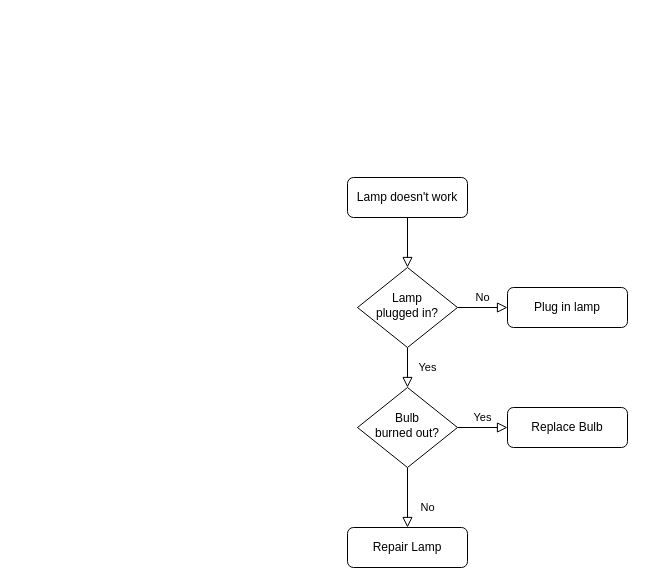
Above: NB_IoT.drawio in K2ayzz/ForDrawIO (draw.io), before the change. Source tidied: cells renumbered, new cells numbered last; positions are measured from the earlier drawing's top-left corner, leaving out a move shared by most shapes. Both pictures are drawn from the tidied source at 100%, with x=0, y=0 at pixel (347, 177).
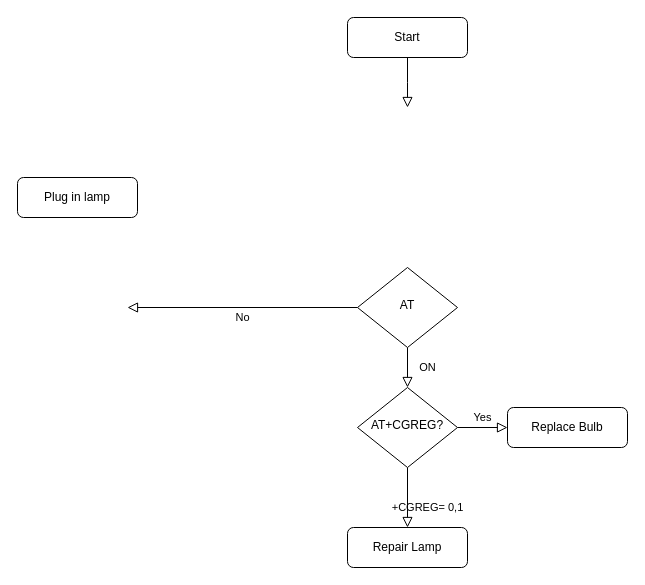
The same page after the edit.

Commit message (it also covers changes not shown here):
Cập nhật NB_IoT.drawio

The edit, as a diff of the source:
```diff
@@
 <mxGraphModel>
   <root>
     <mxCell id="0" />
     <mxCell id="1" parent="0" />
-    <mxCell id="2" style="rounded=0;html=1;jettySize=auto;fontSize=11;endArrow=block;endFill=0;endSize=8;strokeWidth=1;shadow=0;labelBackgroundColor=none;edgeStyle=orthogonalEdgeStyle;" parent="1" edge="1" source="3" target="6">
-      <mxGeometry relative="1" as="geometry" />
+    <mxCell id="2" style="rounded=0;html=1;jettySize=auto;fontSize=11;endArrow=block;endFill=0;endSize=8;strokeWidth=1;shadow=0;labelBackgroundColor=none;edgeStyle=orthogonalEdgeStyle;" parent="1" edge="1" source="3">
+      <mxGeometry relative="1" as="geometry">
+        <mxPoint x="60" y="-70" as="targetPoint" />
+      </mxGeometry>
     </mxCell>
-    <mxCell id="3" value="Lamp doesn't work" style="rounded=1;whiteSpace=wrap;html=1;fontSize=12;glass=0;strokeWidth=1;shadow=0;" parent="1" vertex="1">
-      <mxGeometry width="120" height="40" as="geometry" />
+    <mxCell id="3" value="Start" style="rounded=1;whiteSpace=wrap;html=1;fontSize=12;glass=0;strokeWidth=1;shadow=0;" parent="1" vertex="1">
+      <mxGeometry y="-160" width="120" height="40" as="geometry" />
     </mxCell>
-    <mxCell id="4" value="Yes" style="rounded=0;html=1;jettySize=auto;fontSize=11;endArrow=block;endFill=0;endSize=8;strokeWidth=1;shadow=0;labelBackgroundColor=none;edgeStyle=orthogonalEdgeStyle;" parent="1" edge="1" source="6" target="10">
+    <mxCell id="4" value="ON" style="rounded=0;html=1;jettySize=auto;fontSize=11;endArrow=block;endFill=0;endSize=8;strokeWidth=1;shadow=0;labelBackgroundColor=none;edgeStyle=orthogonalEdgeStyle;" parent="1" edge="1" source="6" target="10">
       <mxGeometry y="20" relative="1" as="geometry" />
     </mxCell>
-    <mxCell id="5" value="No" style="edgeStyle=orthogonalEdgeStyle;rounded=0;html=1;jettySize=auto;fontSize=11;endArrow=block;endFill=0;endSize=8;strokeWidth=1;shadow=0;labelBackgroundColor=none;" parent="1" edge="1" source="6" target="7">
-      <mxGeometry y="10" relative="1" as="geometry" />
+    <mxCell id="5" value="No" style="edgeStyle=orthogonalEdgeStyle;rounded=0;html=1;jettySize=auto;fontSize=11;endArrow=block;endFill=0;endSize=8;strokeWidth=1;shadow=0;labelBackgroundColor=none;" parent="1" edge="1" source="6">
+      <mxGeometry y="10" relative="1" as="geometry">
+        <mxPoint x="-220" y="130" as="targetPoint" />
+      </mxGeometry>
     </mxCell>
-    <mxCell id="6" value="Lamp&lt;br&gt;plugged in?" style="rhombus;whiteSpace=wrap;html=1;shadow=0;fontFamily=Helvetica;fontSize=12;align=center;strokeWidth=1;spacing=6;spacingTop=-4;" parent="1" vertex="1">
+    <mxCell id="6" value="AT" style="rhombus;whiteSpace=wrap;html=1;shadow=0;fontFamily=Helvetica;fontSize=12;align=center;strokeWidth=1;spacing=6;spacingTop=-4;" parent="1" vertex="1">
       <mxGeometry x="10" y="90" width="100" height="80" as="geometry" />
     </mxCell>
     <mxCell id="7" value="Plug in lamp" style="rounded=1;whiteSpace=wrap;html=1;fontSize=12;glass=0;strokeWidth=1;shadow=0;" parent="1" vertex="1">
-      <mxGeometry x="160" y="110" width="120" height="40" as="geometry" />
+      <mxGeometry x="-330" width="120" height="40" as="geometry" />
     </mxCell>
-    <mxCell id="8" value="No" style="rounded=0;html=1;jettySize=auto;fontSize=11;endArrow=block;endFill=0;endSize=8;strokeWidth=1;shadow=0;labelBackgroundColor=none;edgeStyle=orthogonalEdgeStyle;" parent="1" edge="1" source="10" target="11">
+    <mxCell id="8" value="+CGREG= 0,1" style="rounded=0;html=1;jettySize=auto;fontSize=11;endArrow=block;endFill=0;endSize=8;strokeWidth=1;shadow=0;labelBackgroundColor=none;edgeStyle=orthogonalEdgeStyle;" parent="1" edge="1" source="10" target="11">
       <mxGeometry x="0.33" y="20" relative="1" as="geometry" />
     </mxCell>
     <mxCell id="9" value="Yes" style="edgeStyle=orthogonalEdgeStyle;rounded=0;html=1;jettySize=auto;fontSize=11;endArrow=block;endFill=0;endSize=8;strokeWidth=1;shadow=0;labelBackgroundColor=none;" parent="1" edge="1" source="10" target="12">
       <mxGeometry y="10" relative="1" as="geometry" />
     </mxCell>
-    <mxCell id="10" value="Bulb&lt;br&gt;burned out?" style="rhombus;whiteSpace=wrap;html=1;shadow=0;fontFamily=Helvetica;fontSize=12;align=center;strokeWidth=1;spacing=6;spacingTop=-4;" parent="1" vertex="1">
+    <mxCell id="10" value="AT+CGREG?" style="rhombus;whiteSpace=wrap;html=1;shadow=0;fontFamily=Helvetica;fontSize=12;align=center;strokeWidth=1;spacing=6;spacingTop=-4;" parent="1" vertex="1">
       <mxGeometry x="10" y="210" width="100" height="80" as="geometry" />
     </mxCell>
     <mxCell id="11" value="Repair Lamp" style="rounded=1;whiteSpace=wrap;html=1;fontSize=12;glass=0;strokeWidth=1;shadow=0;" parent="1" vertex="1">
       <mxGeometry y="350" width="120" height="40" as="geometry" />
     </mxCell>
     <mxCell id="12" value="Replace Bulb" style="rounded=1;whiteSpace=wrap;html=1;fontSize=12;glass=0;strokeWidth=1;shadow=0;" parent="1" vertex="1">
       <mxGeometry x="160" y="230" width="120" height="40" as="geometry" />
     </mxCell>
   </root>
 </mxGraphModel>
```
